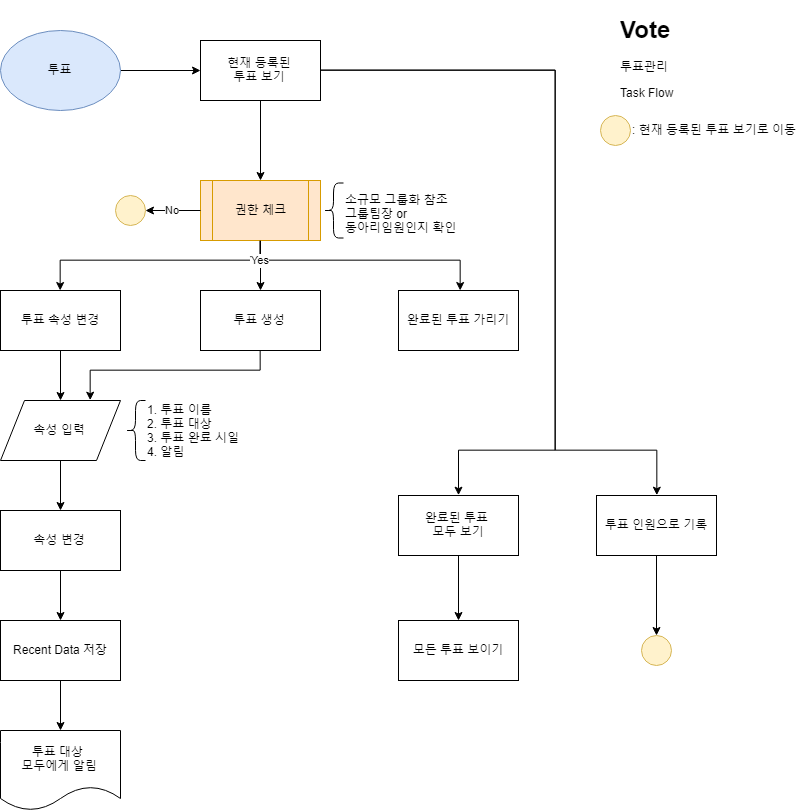
Before: 04_taskflow/투표.png, a diagram exported from draw.io (ehwlfk2/Target_club). Source tidied: cells renumbered, new cells last; positions are measured from the earlier drawing's top-left corner, leaving out a move shared by most shapes. The source it was exported from:
```xml
<mxGraphModel>
  <root>
    <mxCell id="0" />
    <mxCell id="1" parent="0" />
    <mxCell id="2" style="edgeStyle=orthogonalEdgeStyle;rounded=0;jettySize=auto;html=1;" parent="1" edge="1" source="3" target="13">
      <mxGeometry relative="1" as="geometry" />
    </mxCell>
    <mxCell id="3" value="투표" style="ellipse;whiteSpace=wrap;html=1;fillColor=#dae8fc;strokeColor=#6c8ebf;" parent="1" vertex="1">
      <mxGeometry y="20" width="120" height="80" as="geometry" />
    </mxCell>
    <mxCell id="4" value="&lt;h1&gt;Vote&lt;/h1&gt;&lt;p&gt;투표관리&lt;/p&gt;&lt;p&gt;Task Flow&lt;/p&gt;" style="text;html=1;strokeColor=none;fillColor=none;spacing=5;spacingTop=-20;whiteSpace=wrap;overflow=hidden;rounded=0;" parent="1" vertex="1">
      <mxGeometry x="615" width="190" height="120" as="geometry" />
    </mxCell>
    <mxCell id="5" value="Yes" style="edgeStyle=orthogonalEdgeStyle;rounded=0;jettySize=auto;html=1;" parent="1" edge="1" source="7" target="22">
      <mxGeometry x="-0.84" relative="1" as="geometry">
        <Array as="points">
          <mxPoint x="260" y="250" />
          <mxPoint x="60" y="250" />
        </Array>
      </mxGeometry>
    </mxCell>
    <mxCell id="6" value="Yes" style="edgeStyle=orthogonalEdgeStyle;rounded=0;jettySize=auto;html=1;" parent="1" edge="1" source="7" target="28">
      <mxGeometry x="-0.2" relative="1" as="geometry" />
    </mxCell>
    <mxCell id="7" value="권한 체크" style="shape=process;whiteSpace=wrap;html=1;backgroundOutline=1;fillColor=#ffe6cc;strokeColor=#d79b00;" parent="1" vertex="1">
      <mxGeometry x="200" y="170" width="120" height="60" as="geometry" />
    </mxCell>
    <mxCell id="8" style="edgeStyle=orthogonalEdgeStyle;rounded=0;jettySize=auto;html=1;" parent="1" edge="1" target="17">
      <mxGeometry relative="1" as="geometry">
        <mxPoint x="60" y="340" as="sourcePoint" />
      </mxGeometry>
    </mxCell>
    <mxCell id="9" style="shape=curlyBracket;whiteSpace=wrap;html=1;rounded=1;" parent="1" vertex="1">
      <mxGeometry x="323" y="172.5" width="20" height="55" as="geometry" />
    </mxCell>
    <mxCell id="10" value="소규모 그룹화 참조&lt;br&gt;그룹팀장 or&lt;br&gt;동아리임원인지 확인&lt;br&gt;" style="text;html=1;align=left;verticalAlign=top;spacingTop=-4;" parent="1" vertex="1">
      <mxGeometry x="343" y="180" width="130" height="40" as="geometry" />
    </mxCell>
    <mxCell id="11" style="edgeStyle=orthogonalEdgeStyle;rounded=0;jettySize=auto;html=1;" parent="1" edge="1" source="13">
      <mxGeometry relative="1" as="geometry">
        <mxPoint x="260" y="170" as="targetPoint" />
      </mxGeometry>
    </mxCell>
    <mxCell id="12" style="edgeStyle=orthogonalEdgeStyle;rounded=0;jettySize=auto;html=1;" parent="1" edge="1" source="13" target="32">
      <mxGeometry relative="1" as="geometry">
        <Array as="points">
          <mxPoint x="555" y="60" />
          <mxPoint x="555" y="440" />
          <mxPoint x="656" y="440" />
        </Array>
      </mxGeometry>
    </mxCell>
    <mxCell id="13" value="현재 등록된&lt;br&gt;투표 보기&lt;br&gt;" style="rounded=0;whiteSpace=wrap;html=1;" parent="1" vertex="1">
      <mxGeometry x="200" y="30" width="120" height="60" as="geometry" />
    </mxCell>
    <mxCell id="14" style="ellipse;whiteSpace=wrap;html=1;fillColor=#fff2cc;strokeColor=#d6b656;" parent="1" vertex="1">
      <mxGeometry x="600" y="105" width="30" height="30" as="geometry" />
    </mxCell>
    <mxCell id="15" value=": 현재 등록된 투표 보기로 이동" style="text;html=1;align=left;verticalAlign=top;spacingTop=-4;" parent="1" vertex="1">
      <mxGeometry x="630" y="110" width="180" height="20" as="geometry" />
    </mxCell>
    <mxCell id="16" style="edgeStyle=orthogonalEdgeStyle;rounded=0;jettySize=auto;html=1;" parent="1" edge="1" source="17">
      <mxGeometry relative="1" as="geometry">
        <mxPoint x="60" y="500" as="targetPoint" />
      </mxGeometry>
    </mxCell>
    <mxCell id="17" value="속성 입력" style="shape=parallelogram;perimeter=parallelogramPerimeter;whiteSpace=wrap;html=1;" parent="1" vertex="1">
      <mxGeometry y="390" width="120" height="60" as="geometry" />
    </mxCell>
    <mxCell id="18" style="shape=curlyBracket;whiteSpace=wrap;html=1;rounded=1;" parent="1" vertex="1">
      <mxGeometry x="125" y="390" width="20" height="60" as="geometry" />
    </mxCell>
    <mxCell id="19" value="1. 투표 이름&lt;br&gt;2. 투표 대상&lt;br&gt;3. 투표 완료 시일&lt;br&gt;4. 알림&lt;br&gt;" style="text;html=1;align=left;verticalAlign=top;spacingTop=-4;" parent="1" vertex="1">
      <mxGeometry x="145" y="390" width="110" height="60" as="geometry" />
    </mxCell>
    <mxCell id="20" style="edgeStyle=orthogonalEdgeStyle;rounded=0;jettySize=auto;html=1;" parent="1" edge="1" source="21">
      <mxGeometry relative="1" as="geometry">
        <mxPoint x="60" y="610" as="targetPoint" />
      </mxGeometry>
    </mxCell>
    <mxCell id="21" value="속성 변경" style="rounded=0;whiteSpace=wrap;html=1;" parent="1" vertex="1">
      <mxGeometry y="500" width="120" height="60" as="geometry" />
    </mxCell>
    <mxCell id="22" value="투표 속성 변경" style="rounded=0;whiteSpace=wrap;html=1;" parent="1" vertex="1">
      <mxGeometry y="280" width="120" height="60" as="geometry" />
    </mxCell>
    <mxCell id="23" value="Yes" style="edgeStyle=orthogonalEdgeStyle;rounded=0;jettySize=auto;html=1;" parent="1" edge="1" source="7" target="27">
      <mxGeometry x="-0.84" relative="1" as="geometry">
        <Array as="points">
          <mxPoint x="260" y="250" />
          <mxPoint x="460" y="250" />
        </Array>
      </mxGeometry>
    </mxCell>
    <mxCell id="24" style="ellipse;whiteSpace=wrap;html=1;fillColor=#fff2cc;strokeColor=#d6b656;" parent="1" vertex="1">
      <mxGeometry x="115" y="185" width="30" height="30" as="geometry" />
    </mxCell>
    <mxCell id="25" value="No" style="edgeStyle=orthogonalEdgeStyle;rounded=0;jettySize=auto;html=1;" parent="1" edge="1" source="7" target="24">
      <mxGeometry relative="1" as="geometry" />
    </mxCell>
    <mxCell id="26" style="edgeStyle=orthogonalEdgeStyle;rounded=0;jettySize=auto;html=1;entryX=0.75;entryY=0;entryDx=0;entryDy=0;exitX=0.5;exitY=1;exitDx=0;exitDy=0;" parent="1" edge="1" source="28" target="17">
      <mxGeometry relative="1" as="geometry">
        <Array as="points">
          <mxPoint x="260" y="360" />
          <mxPoint x="90" y="360" />
        </Array>
      </mxGeometry>
    </mxCell>
    <mxCell id="27" value="완료된 투표 가리기" style="rounded=0;whiteSpace=wrap;html=1;" parent="1" vertex="1">
      <mxGeometry x="398" y="280" width="120" height="60" as="geometry" />
    </mxCell>
    <mxCell id="28" value="투표 생성" style="rounded=0;whiteSpace=wrap;html=1;" parent="1" vertex="1">
      <mxGeometry x="200" y="280" width="120" height="60" as="geometry" />
    </mxCell>
    <mxCell id="29" style="edgeStyle=orthogonalEdgeStyle;rounded=0;jettySize=auto;html=1;" parent="1" edge="1" source="30" target="38">
      <mxGeometry relative="1" as="geometry" />
    </mxCell>
    <mxCell id="30" value="완료된 투표 &lt;br&gt;모두 보기&lt;br&gt;" style="rounded=0;whiteSpace=wrap;html=1;" parent="1" vertex="1">
      <mxGeometry x="398" y="485" width="120" height="60" as="geometry" />
    </mxCell>
    <mxCell id="31" style="edgeStyle=orthogonalEdgeStyle;rounded=0;jettySize=auto;html=1;" parent="1" edge="1" source="32" target="33">
      <mxGeometry relative="1" as="geometry" />
    </mxCell>
    <mxCell id="32" value="투표 인원으로 기록" style="rounded=0;whiteSpace=wrap;html=1;" parent="1" vertex="1">
      <mxGeometry x="596" y="485" width="120" height="60" as="geometry" />
    </mxCell>
    <mxCell id="33" style="ellipse;whiteSpace=wrap;html=1;fillColor=#fff2cc;strokeColor=#d6b656;" parent="1" vertex="1">
      <mxGeometry x="641" y="625" width="30" height="30" as="geometry" />
    </mxCell>
    <mxCell id="34" value="투표 대상 &lt;br&gt;모두에게 알림" style="shape=document;whiteSpace=wrap;html=1;boundedLbl=1;" parent="1" vertex="1">
      <mxGeometry y="720" width="120" height="80" as="geometry" />
    </mxCell>
    <mxCell id="35" style="edgeStyle=orthogonalEdgeStyle;rounded=0;jettySize=auto;html=1;" parent="1" edge="1" source="36" target="34">
      <mxGeometry relative="1" as="geometry" />
    </mxCell>
    <mxCell id="36" value="Recent Data 저장" style="rounded=0;whiteSpace=wrap;html=1;" parent="1" vertex="1">
      <mxGeometry y="610" width="120" height="60" as="geometry" />
    </mxCell>
    <mxCell id="37" style="edgeStyle=orthogonalEdgeStyle;rounded=0;jettySize=auto;html=1;entryX=0.5;entryY=0;entryDx=0;entryDy=0;" parent="1" edge="1" source="13" target="30">
      <mxGeometry relative="1" as="geometry">
        <Array as="points">
          <mxPoint x="555" y="60" />
          <mxPoint x="555" y="440" />
          <mxPoint x="458" y="440" />
        </Array>
      </mxGeometry>
    </mxCell>
    <mxCell id="38" value="모든 투표 보이기" style="rounded=0;whiteSpace=wrap;html=1;" parent="1" vertex="1">
      <mxGeometry x="398" y="610" width="120" height="60" as="geometry" />
    </mxCell>
  </root>
</mxGraphModel>
```
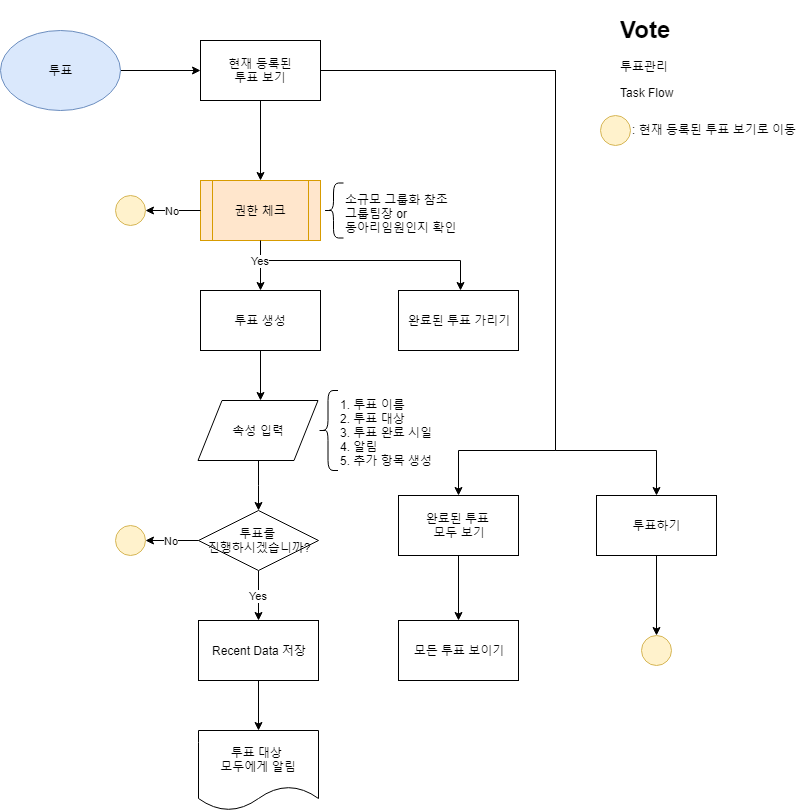
The same diagram one commit later.

Change to the diagram source:
```diff
@@ -11,79 +11,59 @@
     <mxCell id="4" value="&lt;h1&gt;Vote&lt;/h1&gt;&lt;p&gt;투표관리&lt;/p&gt;&lt;p&gt;Task Flow&lt;/p&gt;" style="text;html=1;strokeColor=none;fillColor=none;spacing=5;spacingTop=-20;whiteSpace=wrap;overflow=hidden;rounded=0;" parent="1" vertex="1">
       <mxGeometry x="615" width="190" height="120" as="geometry" />
     </mxCell>
-    <mxCell id="5" value="Yes" style="edgeStyle=orthogonalEdgeStyle;rounded=0;jettySize=auto;html=1;" parent="1" edge="1" source="7" target="22">
-      <mxGeometry x="-0.84" relative="1" as="geometry">
-        <Array as="points">
-          <mxPoint x="260" y="250" />
-          <mxPoint x="60" y="250" />
-        </Array>
-      </mxGeometry>
-    </mxCell>
     <mxCell id="6" value="Yes" style="edgeStyle=orthogonalEdgeStyle;rounded=0;jettySize=auto;html=1;" parent="1" edge="1" source="7" target="28">
       <mxGeometry x="-0.2" relative="1" as="geometry" />
     </mxCell>
     <mxCell id="7" value="권한 체크" style="shape=process;whiteSpace=wrap;html=1;backgroundOutline=1;fillColor=#ffe6cc;strokeColor=#d79b00;" parent="1" vertex="1">
       <mxGeometry x="200" y="170" width="120" height="60" as="geometry" />
     </mxCell>
-    <mxCell id="8" style="edgeStyle=orthogonalEdgeStyle;rounded=0;jettySize=auto;html=1;" parent="1" edge="1" target="17">
-      <mxGeometry relative="1" as="geometry">
-        <mxPoint x="60" y="340" as="sourcePoint" />
-      </mxGeometry>
-    </mxCell>
-    <mxCell id="9" style="shape=curlyBracket;whiteSpace=wrap;html=1;rounded=1;" parent="1" vertex="1">
-      <mxGeometry x="323" y="172.5" width="20" height="55" as="geometry" />
-    </mxCell>
+    <mxCell id="39" style="shape=curlyBracket;whiteSpace=wrap;html=1;rounded=1;" parent="1" vertex="1">
+      <mxGeometry x="323" y="172.5" width="20" height="55" as="geometry" />
+    </mxCell>
     <mxCell id="10" value="소규모 그룹화 참조&lt;br&gt;그룹팀장 or&lt;br&gt;동아리임원인지 확인&lt;br&gt;" style="text;html=1;align=left;verticalAlign=top;spacingTop=-4;" parent="1" vertex="1">
       <mxGeometry x="343" y="180" width="130" height="40" as="geometry" />
     </mxCell>
-    <mxCell id="11" style="edgeStyle=orthogonalEdgeStyle;rounded=0;jettySize=auto;html=1;" parent="1" edge="1" source="13">
-      <mxGeometry relative="1" as="geometry">
-        <mxPoint x="260" y="170" as="targetPoint" />
-      </mxGeometry>
-    </mxCell>
-    <mxCell id="12" style="edgeStyle=orthogonalEdgeStyle;rounded=0;jettySize=auto;html=1;" parent="1" edge="1" source="13" target="32">
-      <mxGeometry relative="1" as="geometry">
-        <Array as="points">
-          <mxPoint x="555" y="60" />
-          <mxPoint x="555" y="440" />
-          <mxPoint x="656" y="440" />
-        </Array>
-      </mxGeometry>
-    </mxCell>
+    <mxCell id="40" style="edgeStyle=orthogonalEdgeStyle;rounded=0;jettySize=auto;html=1;" parent="1" edge="1" source="13">
+      <mxGeometry relative="1" as="geometry">
+        <mxPoint x="260" y="170" as="targetPoint" />
+      </mxGeometry>
+    </mxCell>
+    <mxCell id="41" style="edgeStyle=orthogonalEdgeStyle;rounded=0;jettySize=auto;html=1;" parent="1" edge="1" source="13" target="51">
+      <mxGeometry relative="1" as="geometry">
+        <Array as="points">
+          <mxPoint x="555" y="60" />
+          <mxPoint x="555" y="440" />
+          <mxPoint x="656" y="440" />
+        </Array>
+      </mxGeometry>
+    </mxCell>
     <mxCell id="13" value="현재 등록된&lt;br&gt;투표 보기&lt;br&gt;" style="rounded=0;whiteSpace=wrap;html=1;" parent="1" vertex="1">
       <mxGeometry x="200" y="30" width="120" height="60" as="geometry" />
     </mxCell>
-    <mxCell id="14" style="ellipse;whiteSpace=wrap;html=1;fillColor=#fff2cc;strokeColor=#d6b656;" parent="1" vertex="1">
-      <mxGeometry x="600" y="105" width="30" height="30" as="geometry" />
-    </mxCell>
+    <mxCell id="42" style="ellipse;whiteSpace=wrap;html=1;fillColor=#fff2cc;strokeColor=#d6b656;" parent="1" vertex="1">
+      <mxGeometry x="600" y="105" width="30" height="30" as="geometry" />
+    </mxCell>
     <mxCell id="15" value=": 현재 등록된 투표 보기로 이동" style="text;html=1;align=left;verticalAlign=top;spacingTop=-4;" parent="1" vertex="1">
       <mxGeometry x="630" y="110" width="180" height="20" as="geometry" />
     </mxCell>
-    <mxCell id="16" style="edgeStyle=orthogonalEdgeStyle;rounded=0;jettySize=auto;html=1;" parent="1" edge="1" source="17">
-      <mxGeometry relative="1" as="geometry">
-        <mxPoint x="60" y="500" as="targetPoint" />
-      </mxGeometry>
-    </mxCell>
+    <mxCell id="43" style="edgeStyle=orthogonalEdgeStyle;rounded=0;jettySize=auto;html=1;" parent="1" edge="1" source="17" target="47">
+      <mxGeometry relative="1" as="geometry" />
+    </mxCell>
     <mxCell id="17" value="속성 입력" style="shape=parallelogram;perimeter=parallelogramPerimeter;whiteSpace=wrap;html=1;" parent="1" vertex="1">
-      <mxGeometry y="390" width="120" height="60" as="geometry" />
+      <mxGeometry x="197.5" y="390" width="120" height="60" as="geometry" />
     </mxCell>
-    <mxCell id="18" style="shape=curlyBracket;whiteSpace=wrap;html=1;rounded=1;" parent="1" vertex="1">
-      <mxGeometry x="125" y="390" width="20" height="60" as="geometry" />
-    </mxCell>
-    <mxCell id="19" value="1. 투표 이름&lt;br&gt;2. 투표 대상&lt;br&gt;3. 투표 완료 시일&lt;br&gt;4. 알림&lt;br&gt;" style="text;html=1;align=left;verticalAlign=top;spacingTop=-4;" parent="1" vertex="1">
-      <mxGeometry x="145" y="390" width="110" height="60" as="geometry" />
-    </mxCell>
-    <mxCell id="20" style="edgeStyle=orthogonalEdgeStyle;rounded=0;jettySize=auto;html=1;" parent="1" edge="1" source="21">
-      <mxGeometry relative="1" as="geometry">
-        <mxPoint x="60" y="610" as="targetPoint" />
-      </mxGeometry>
-    </mxCell>
-    <mxCell id="21" value="속성 변경" style="rounded=0;whiteSpace=wrap;html=1;" parent="1" vertex="1">
-      <mxGeometry y="500" width="120" height="60" as="geometry" />
-    </mxCell>
-    <mxCell id="22" value="투표 속성 변경" style="rounded=0;whiteSpace=wrap;html=1;" parent="1" vertex="1">
-      <mxGeometry y="280" width="120" height="60" as="geometry" />
-    </mxCell>
+    <mxCell id="44" style="shape=curlyBracket;whiteSpace=wrap;html=1;rounded=1;" parent="1" vertex="1">
+      <mxGeometry x="317.5" y="380" width="20" height="80" as="geometry" />
+    </mxCell>
+    <mxCell id="45" value="1. 투표 이름&lt;br&gt;2. 투표 대상&lt;br&gt;3. 투표 완료 시일&lt;br&gt;4. 알림&lt;br&gt;5. 추가 항목 생성&lt;br&gt;" style="text;html=1;align=left;verticalAlign=top;spacingTop=-4;" parent="1" vertex="1">
+      <mxGeometry x="337.5" y="385" width="110" height="70" as="geometry" />
+    </mxCell>
+    <mxCell id="46" value="Yes" style="edgeStyle=orthogonalEdgeStyle;rounded=0;jettySize=auto;html=1;" parent="1" edge="1" source="47" target="36">
+      <mxGeometry relative="1" as="geometry" />
+    </mxCell>
+    <mxCell id="47" value="투표를 &lt;br&gt;진행하시겠습니까?" style="rhombus;whiteSpace=wrap;html=1;fontFamily=Helvetica;fontSize=12;fontColor=#000000;align=center;strokeColor=#000000;fillColor=#ffffff;" parent="1" vertex="1">
+      <mxGeometry x="198" y="500" width="120" height="60" as="geometry" />
+    </mxCell>
     <mxCell id="23" value="Yes" style="edgeStyle=orthogonalEdgeStyle;rounded=0;jettySize=auto;html=1;" parent="1" edge="1" source="7" target="27">
       <mxGeometry x="-0.84" relative="1" as="geometry">
         <Array as="points">
@@ -92,17 +72,17 @@
         </Array>
       </mxGeometry>
     </mxCell>
-    <mxCell id="24" style="ellipse;whiteSpace=wrap;html=1;fillColor=#fff2cc;strokeColor=#d6b656;" parent="1" vertex="1">
-      <mxGeometry x="115" y="185" width="30" height="30" as="geometry" />
-    </mxCell>
-    <mxCell id="25" value="No" style="edgeStyle=orthogonalEdgeStyle;rounded=0;jettySize=auto;html=1;" parent="1" edge="1" source="7" target="24">
-      <mxGeometry relative="1" as="geometry" />
-    </mxCell>
+    <mxCell id="48" style="ellipse;whiteSpace=wrap;html=1;fillColor=#fff2cc;strokeColor=#d6b656;" parent="1" vertex="1">
+      <mxGeometry x="115" y="185" width="30" height="30" as="geometry" />
+    </mxCell>
+    <mxCell id="49" value="No" style="edgeStyle=orthogonalEdgeStyle;rounded=0;jettySize=auto;html=1;" parent="1" edge="1" source="7" target="48">
+      <mxGeometry relative="1" as="geometry" />
+    </mxCell>
-    <mxCell id="26" style="edgeStyle=orthogonalEdgeStyle;rounded=0;jettySize=auto;html=1;entryX=0.75;entryY=0;entryDx=0;entryDy=0;exitX=0.5;exitY=1;exitDx=0;exitDy=0;" parent="1" edge="1" source="28" target="17">
+    <mxCell id="26" style="edgeStyle=orthogonalEdgeStyle;rounded=0;jettySize=auto;html=1;exitX=0.5;exitY=1;exitDx=0;exitDy=0;" parent="1" edge="1" source="28" target="17">
       <mxGeometry relative="1" as="geometry">
         <Array as="points">
-          <mxPoint x="260" y="360" />
-          <mxPoint x="90" y="360" />
+          <mxPoint x="260" y="390" />
+          <mxPoint x="260" y="390" />
         </Array>
       </mxGeometry>
     </mxCell>
@@ -118,23 +98,23 @@
     <mxCell id="30" value="완료된 투표 &lt;br&gt;모두 보기&lt;br&gt;" style="rounded=0;whiteSpace=wrap;html=1;" parent="1" vertex="1">
       <mxGeometry x="398" y="485" width="120" height="60" as="geometry" />
     </mxCell>
-    <mxCell id="31" style="edgeStyle=orthogonalEdgeStyle;rounded=0;jettySize=auto;html=1;" parent="1" edge="1" source="32" target="33">
-      <mxGeometry relative="1" as="geometry" />
-    </mxCell>
-    <mxCell id="32" value="투표 인원으로 기록" style="rounded=0;whiteSpace=wrap;html=1;" parent="1" vertex="1">
-      <mxGeometry x="596" y="485" width="120" height="60" as="geometry" />
-    </mxCell>
-    <mxCell id="33" style="ellipse;whiteSpace=wrap;html=1;fillColor=#fff2cc;strokeColor=#d6b656;" parent="1" vertex="1">
-      <mxGeometry x="641" y="625" width="30" height="30" as="geometry" />
-    </mxCell>
+    <mxCell id="50" style="edgeStyle=orthogonalEdgeStyle;rounded=0;jettySize=auto;html=1;" parent="1" edge="1" source="51" target="52">
+      <mxGeometry relative="1" as="geometry" />
+    </mxCell>
+    <mxCell id="51" value="투표하기" style="rounded=0;whiteSpace=wrap;html=1;" parent="1" vertex="1">
+      <mxGeometry x="596" y="485" width="120" height="60" as="geometry" />
+    </mxCell>
+    <mxCell id="52" style="ellipse;whiteSpace=wrap;html=1;fillColor=#fff2cc;strokeColor=#d6b656;" parent="1" vertex="1">
+      <mxGeometry x="641" y="625" width="30" height="30" as="geometry" />
+    </mxCell>
     <mxCell id="34" value="투표 대상 &lt;br&gt;모두에게 알림" style="shape=document;whiteSpace=wrap;html=1;boundedLbl=1;" parent="1" vertex="1">
-      <mxGeometry y="720" width="120" height="80" as="geometry" />
+      <mxGeometry x="198" y="720" width="120" height="80" as="geometry" />
     </mxCell>
     <mxCell id="35" style="edgeStyle=orthogonalEdgeStyle;rounded=0;jettySize=auto;html=1;" parent="1" edge="1" source="36" target="34">
       <mxGeometry relative="1" as="geometry" />
     </mxCell>
     <mxCell id="36" value="Recent Data 저장" style="rounded=0;whiteSpace=wrap;html=1;" parent="1" vertex="1">
-      <mxGeometry y="610" width="120" height="60" as="geometry" />
+      <mxGeometry x="198" y="610" width="120" height="60" as="geometry" />
     </mxCell>
     <mxCell id="37" style="edgeStyle=orthogonalEdgeStyle;rounded=0;jettySize=auto;html=1;entryX=0.5;entryY=0;entryDx=0;entryDy=0;" parent="1" edge="1" source="13" target="30">
       <mxGeometry relative="1" as="geometry">
@@ -148,5 +128,11 @@
     <mxCell id="38" value="모든 투표 보이기" style="rounded=0;whiteSpace=wrap;html=1;" parent="1" vertex="1">
       <mxGeometry x="398" y="610" width="120" height="60" as="geometry" />
     </mxCell>
+    <mxCell id="53" style="ellipse;whiteSpace=wrap;html=1;fillColor=#fff2cc;strokeColor=#d6b656;" parent="1" vertex="1">
+      <mxGeometry x="115" y="515" width="30" height="30" as="geometry" />
+    </mxCell>
+    <mxCell id="54" value="No" style="edgeStyle=orthogonalEdgeStyle;rounded=0;jettySize=auto;html=1;" parent="1" edge="1" source="47" target="53">
+      <mxGeometry relative="1" as="geometry" />
+    </mxCell>
   </root>
 </mxGraphModel>
```
